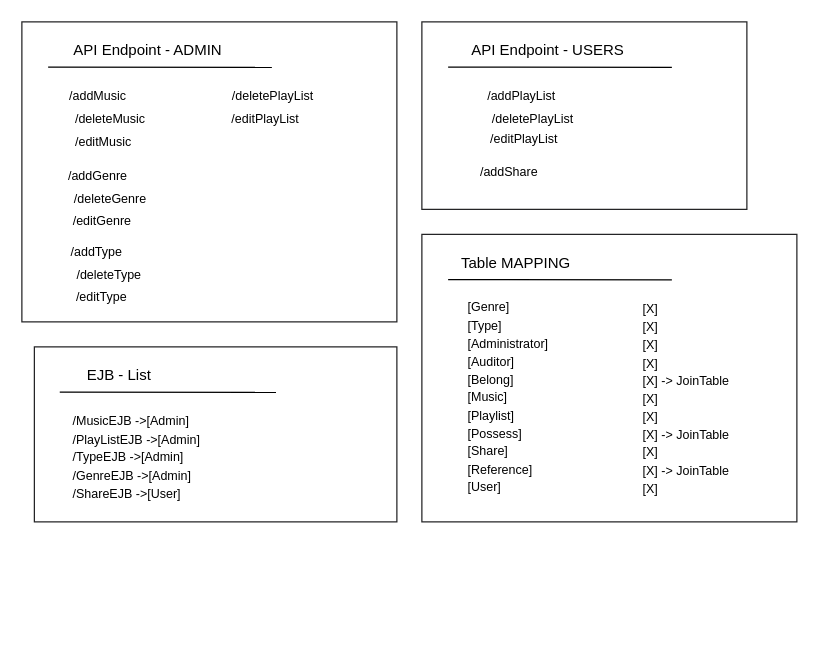
Above: Schéma Endpoint.drawio in Zacharie-Julien/SpotiHome-VUE (draw.io), before the change. Source tidied: cells renumbered, new cells numbered last; positions are measured from the earlier drawing's top-left corner, leaving out a move shared by most shapes. Both pictures are drawn from the tidied source at 125%, with x=0, y=0 at pixel (21, 21).
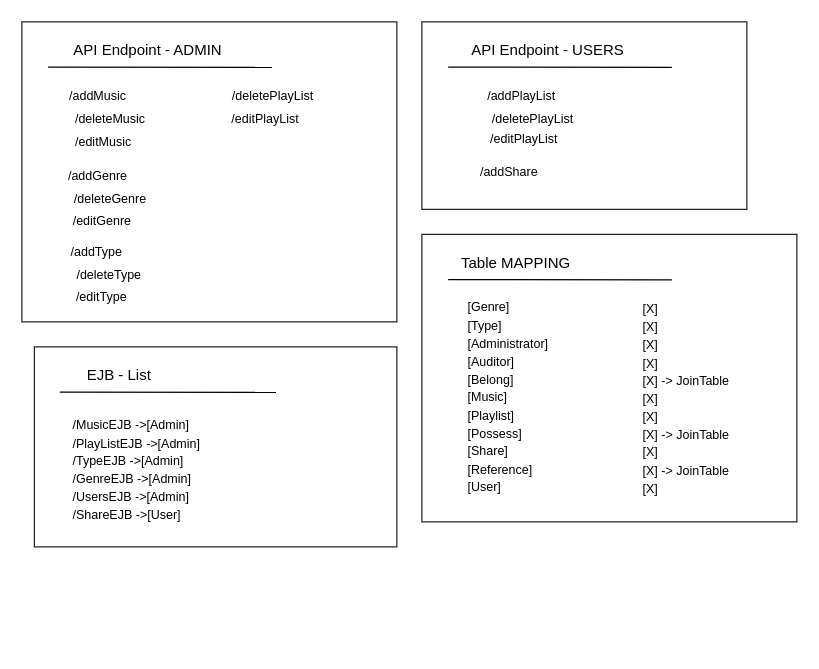
The same diagram, later.

Commit message:
Mettre à jour Schéma Endpoint.drawio

Unchanged cells that the change refers to:
```xml
<mxCell id="25" style="group;" parent="1" vertex="1">
  <mxGeometry x="10" y="260" width="290" height="240" as="geometry" />
</mxCell>
```

The edit, as a diff of the source:
```diff
@@
     <mxCell id="26" style="rounded=0;whiteSpace=wrap;html=1;fillColor=light-dark(#FFFFFF,#242426);strokeColor=light-dark(#242426,#242426);" parent="25" vertex="1">
-      <mxGeometry width="290" height="140" as="geometry" />
+      <mxGeometry width="290" height="160" as="geometry" />
     </mxCell>
-    <mxCell id="27" value="&lt;div align=&quot;left&quot;&gt;&lt;font style=&quot;font-size: 10px; color: light-dark(rgb(0, 0, 0), rgb(96, 114, 250));&quot;&gt;/MusicEJB&lt;/font&gt;&lt;font style=&quot;font-size: 10px; color: light-dark(rgb(0, 0, 0), rgb(96, 114, 250));&quot;&gt; -&amp;gt;[Admin]&lt;/font&gt;&lt;/div&gt;&lt;div align=&quot;left&quot;&gt;&lt;font style=&quot;font-size: 10px; color: light-dark(rgb(0, 0, 0), rgb(96, 114, 250));&quot;&gt;/PlayListEJB -&amp;gt;[Admin]&lt;/font&gt;&lt;/div&gt;&lt;div align=&quot;left&quot;&gt;&lt;font style=&quot;font-size: 10px; color: light-dark(rgb(0, 0, 0), rgb(96, 114, 250));&quot;&gt;/TypeEJB -&amp;gt;[Admin]&lt;/font&gt;&lt;/div&gt;&lt;div align=&quot;left&quot;&gt;&lt;font style=&quot;font-size: 10px; color: light-dark(rgb(0, 0, 0), rgb(96, 114, 250));&quot;&gt;/GenreEJB -&amp;gt;[Admin]&lt;/font&gt;&lt;/div&gt;&lt;div&gt;&lt;div align=&quot;left&quot;&gt;&lt;font style=&quot;font-size: 10px; color: light-dark(rgb(0, 0, 0), rgb(96, 114, 250));&quot;&gt;/ShareEJB -&amp;gt;[User]&lt;/font&gt;&lt;/div&gt;&lt;br&gt;&lt;/div&gt;" style="text;html=1;align=left;verticalAlign=middle;whiteSpace=wrap;rounded=0;fontFamily=Nerd;" parent="25" vertex="1">
-      <mxGeometry x="29" y="60" width="141" height="70" as="geometry" />
+    <mxCell id="27" value="&lt;div align=&quot;left&quot;&gt;&lt;font style=&quot;font-size: 10px; color: light-dark(rgb(0, 0, 0), rgb(96, 114, 250));&quot;&gt;/MusicEJB&lt;/font&gt;&lt;font style=&quot;font-size: 10px; color: light-dark(rgb(0, 0, 0), rgb(96, 114, 250));&quot;&gt; -&amp;gt;[Admin]&lt;/font&gt;&lt;/div&gt;&lt;div align=&quot;left&quot;&gt;&lt;font style=&quot;font-size: 10px; color: light-dark(rgb(0, 0, 0), rgb(96, 114, 250));&quot;&gt;/PlayListEJB -&amp;gt;[Admin]&lt;/font&gt;&lt;/div&gt;&lt;div align=&quot;left&quot;&gt;&lt;font style=&quot;font-size: 10px; color: light-dark(rgb(0, 0, 0), rgb(96, 114, 250));&quot;&gt;/TypeEJB -&amp;gt;[Admin]&lt;/font&gt;&lt;/div&gt;&lt;div align=&quot;left&quot;&gt;&lt;font style=&quot;font-size: 10px; color: light-dark(rgb(0, 0, 0), rgb(96, 114, 250));&quot;&gt;/GenreEJB -&amp;gt;[Admin]&lt;/font&gt;&lt;/div&gt;&lt;div&gt;&lt;div align=&quot;left&quot;&gt;&lt;font style=&quot;font-size: 10px; color: light-dark(rgb(0, 0, 0), rgb(96, 114, 250));&quot;&gt;/UsersEJB -&amp;gt;[Admin]&lt;/font&gt;&lt;/div&gt;&lt;/div&gt;&lt;div&gt;&lt;div align=&quot;left&quot;&gt;&lt;font style=&quot;font-size: 10px; color: light-dark(rgb(0, 0, 0), rgb(96, 114, 250));&quot;&gt;/ShareEJB -&amp;gt;[User]&lt;/font&gt;&lt;/div&gt;&lt;br&gt;&lt;/div&gt;" style="text;html=1;align=left;verticalAlign=middle;whiteSpace=wrap;rounded=0;fontFamily=Nerd;" parent="25" vertex="1">
+      <mxGeometry x="29" y="60" width="141" height="90" as="geometry" />
     </mxCell>
```
